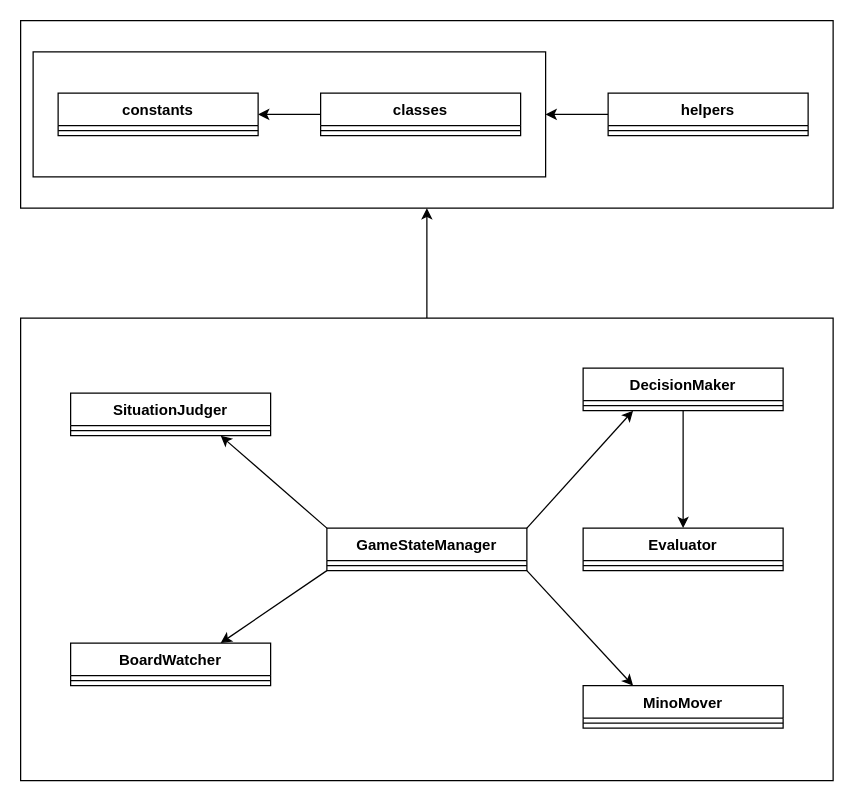
porink0424/py-tris keeps this draw.io diagram as class.drawio. Above is the earlier version. Source tidied: cells renumbered, new cells numbered last; positions are measured from the earlier drawing's top-left corner, leaving out a move shared by most shapes. Both pictures are drawn from the tidied source at 125%, with x=0, y=0 at pixel (20, 20).
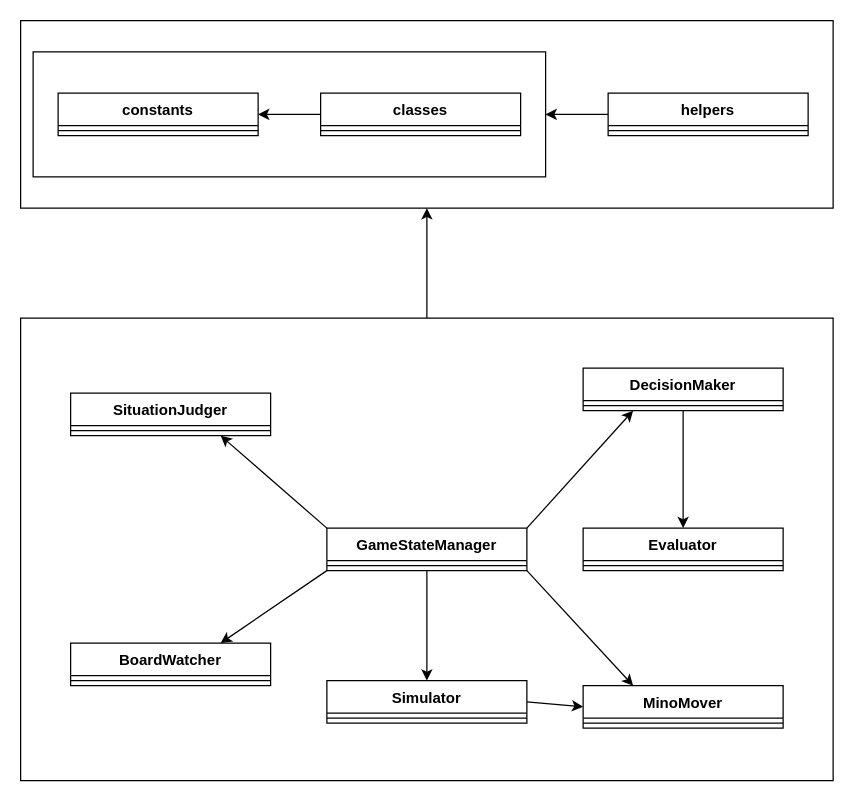
After the change.

Commit message (it also covers changes not shown here):
feat: PutMino to simulator

Unchanged cells that the change refers to:
```xml
<mxCell id="18" value="GameStateManager" style="swimlane;fontStyle=1;align=center;verticalAlign=top;horizontal=1;startSize=26;" parent="1" vertex="1">
  <mxGeometry x="245" y="406" width="160" height="34" as="geometry" />
</mxCell>
<mxCell id="27" value="MinoMover" style="swimlane;fontStyle=1;align=center;verticalAlign=top;horizontal=1;startSize=26;" parent="1" vertex="1">
  <mxGeometry x="450" y="532" width="160" height="34" as="geometry" />
</mxCell>
```

Diff of the diagram source:
```diff
@@
+    <mxCell id="31" style="edgeStyle=none;html=1;exitX=0.5;exitY=1;exitDx=0;exitDy=0;entryX=0.5;entryY=0;entryDx=0;entryDy=0;" parent="1" edge="1" source="18" target="33">
+      <mxGeometry relative="1" as="geometry" />
+    </mxCell>
@@
+    <mxCell id="32" style="edgeStyle=none;html=1;exitX=1;exitY=0.5;exitDx=0;exitDy=0;entryX=0;entryY=0.5;entryDx=0;entryDy=0;" parent="1" edge="1" source="33" target="27">
+      <mxGeometry relative="1" as="geometry" />
+    </mxCell>
+    <mxCell id="33" value="Simulator" style="swimlane;fontStyle=1;align=center;verticalAlign=top;horizontal=1;startSize=26;" parent="1" vertex="1">
+      <mxGeometry x="245" y="528" width="160" height="34" as="geometry" />
+    </mxCell>
+    <mxCell id="34" style="line;strokeWidth=1;fillColor=none;align=left;verticalAlign=middle;spacingTop=-1;spacingLeft=3;spacingRight=3;labelPosition=right;" parent="33" vertex="1">
+      <mxGeometry y="26" width="160" height="8" as="geometry" />
+    </mxCell>
```
